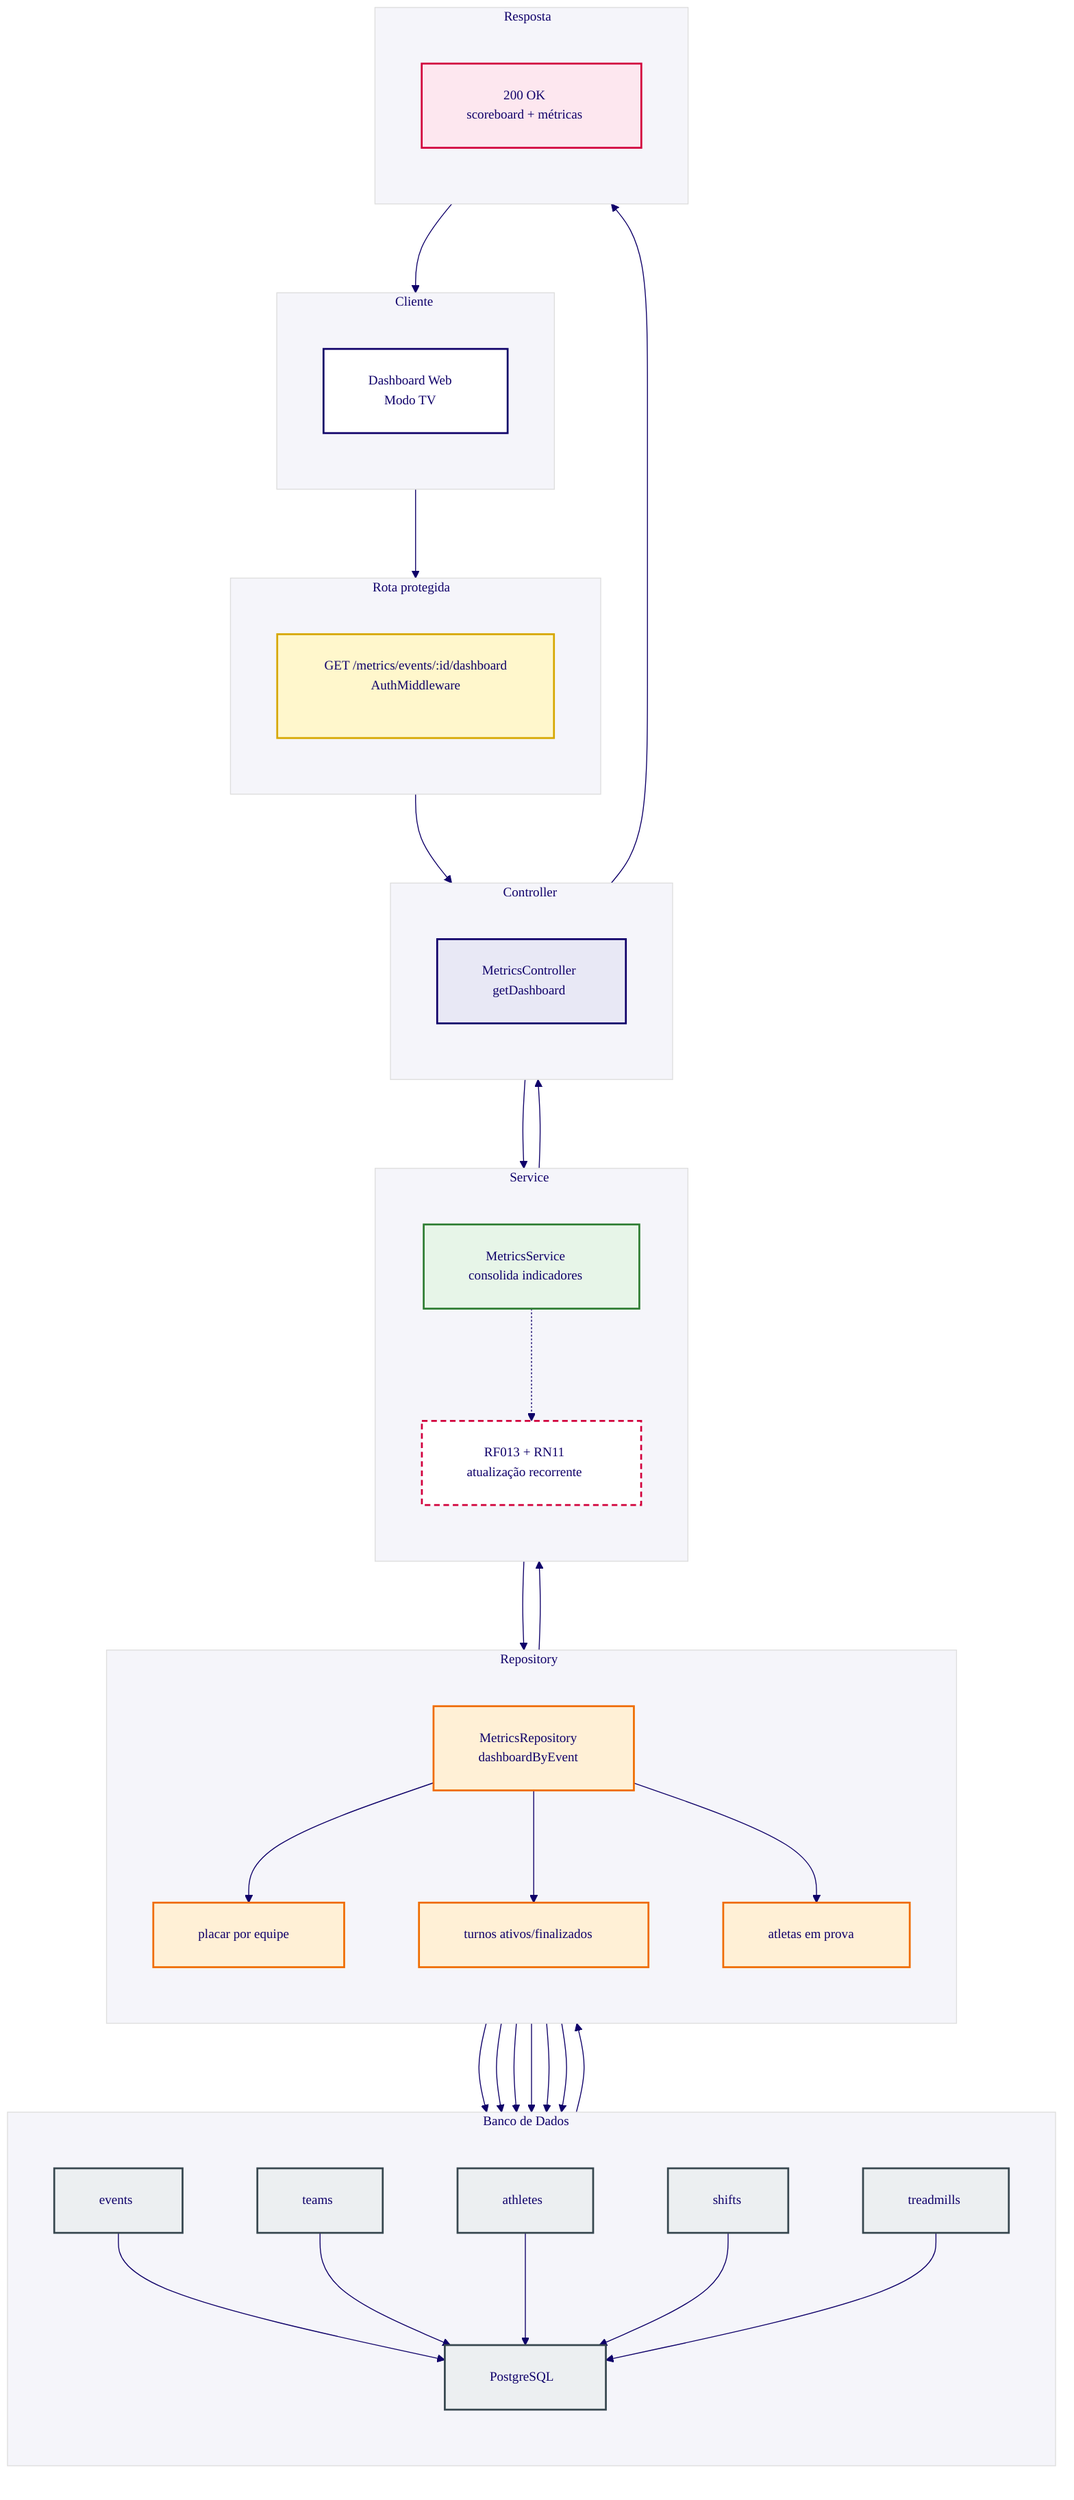
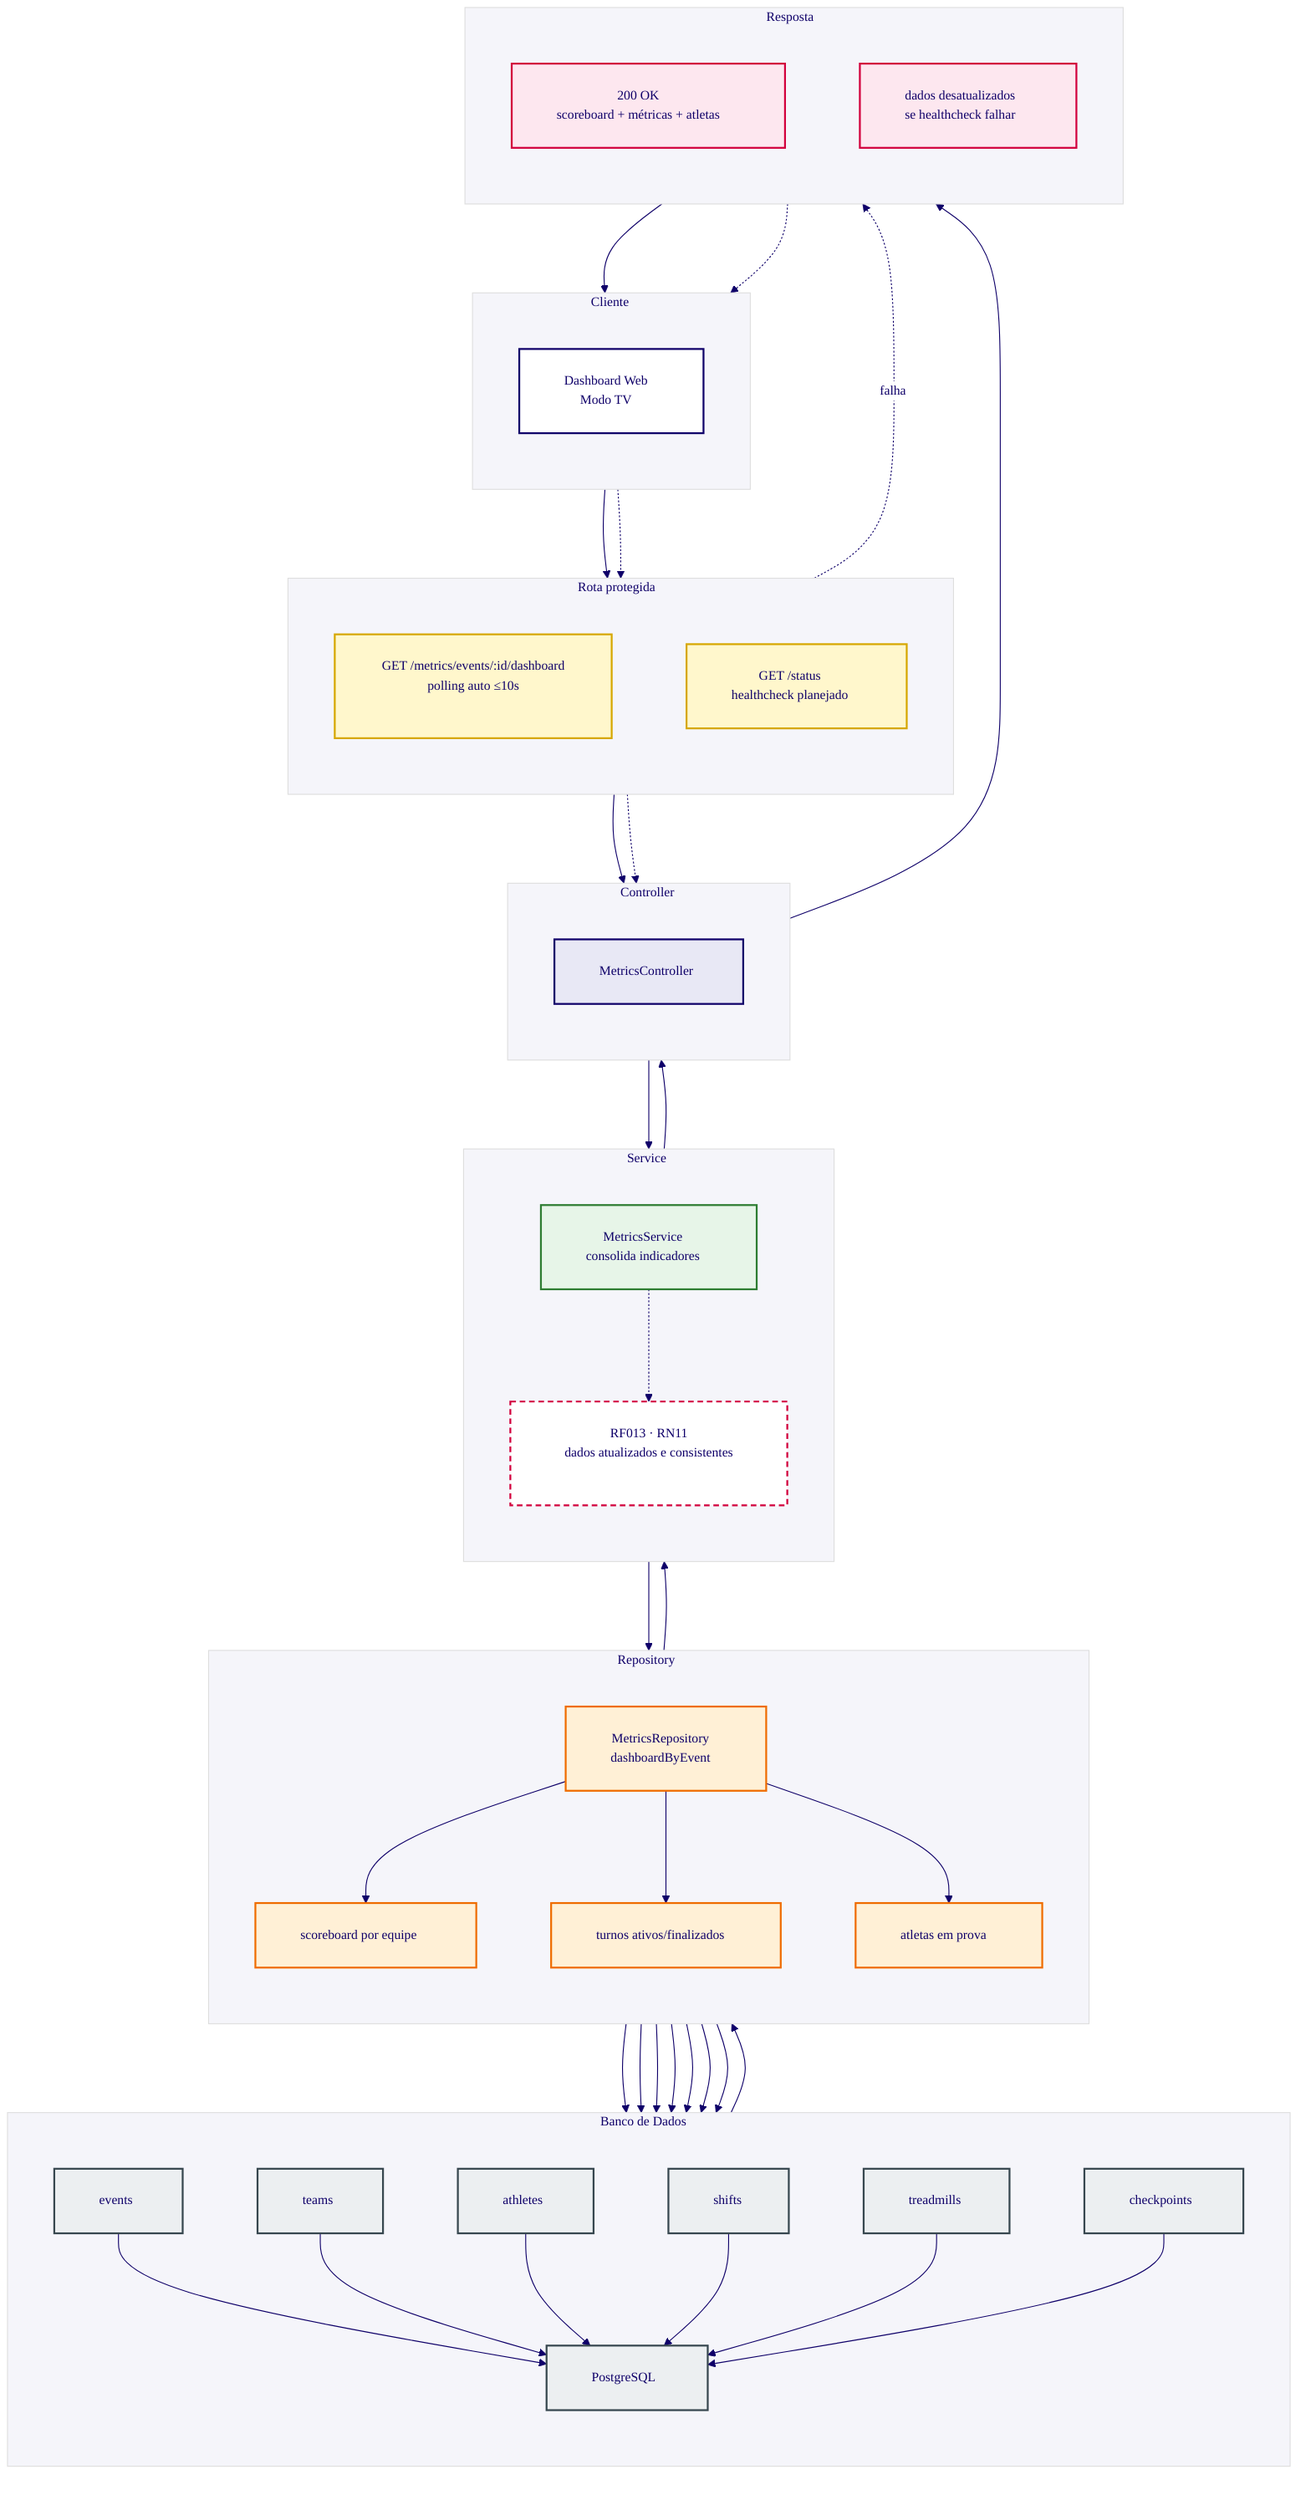
%%{init: {"theme":"base","flowchart":{"htmlLabels":true,"curve":"basis","nodeSpacing":80,"rankSpacing":95,"padding":24},"themeVariables":{"fontFamily":"Arial, sans-serif","fontSize":"14px","primaryColor":"#FFFFFF","primaryTextColor":"#0F0069","primaryBorderColor":"#0F0069","lineColor":"#0F0069","tertiaryColor":"#F5F5FA","tertiaryTextColor":"#0F0069"}}}%%
flowchart TB

    classDef client fill:#FFFFFF,stroke:#0F0069,stroke-width:2px,color:#0F0069;
    classDef route fill:#FFF7CC,stroke:#D6A700,stroke-width:2px,color:#0F0069;
    classDef controller fill:#E8E8F5,stroke:#0F0069,stroke-width:2px,color:#0F0069;
    classDef service fill:#E7F5E8,stroke:#2E7D32,stroke-width:2px,color:#0F0069;
    classDef repository fill:#FFF0D6,stroke:#EF6C00,stroke-width:2px,color:#0F0069;
    classDef db fill:#ECEFF1,stroke:#37474F,stroke-width:2px,color:#0F0069;
    classDef output fill:#FDE7EF,stroke:#D2003C,stroke-width:2px,color:#0F0069;
    classDef note fill:#FFFFFF,stroke:#D2003C,stroke-width:2px,stroke-dasharray: 6 4,color:#0F0069;

    subgraph L1["Cliente"]
        direction TB
        C["Dashboard Web<br/>Modo TV"]:::client
    end

    subgraph L2["Rota protegida"]
        direction TB
-         R["GET /metrics/events/:id/dashboard<br/>AuthMiddleware"]:::route
+         R["GET /metrics/events/:id/dashboard<br/>polling auto ≤10s"]:::route
+         H["GET /status<br/>healthcheck planejado"]:::route
    end

    subgraph L3["Controller"]
        direction TB
-         MC["MetricsController<br/>getDashboard"]:::controller
+         MC["MetricsController"]:::controller
    end

    subgraph L4["Service"]
        direction TB
        MS["MetricsService<br/>consolida indicadores"]:::service
-         RN["RF013 + RN11<br/>atualização recorrente"]:::note
+         RN["RF013 · RN11<br/>dados atualizados e consistentes"]:::note
    end

    subgraph L5["Repository"]
        direction TB
        MR["MetricsRepository<br/>dashboardByEvent"]:::repository
-         Q1["placar por equipe"]:::repository
+         Q1["scoreboard por equipe"]:::repository
        Q2["turnos ativos/finalizados"]:::repository
        Q3["atletas em prova"]:::repository
    end

    subgraph L6["Banco de Dados"]
        direction TB
        DB["PostgreSQL"]:::db
        T1["events"]:::db
        T2["teams"]:::db
        T3["athletes"]:::db
        T4["shifts"]:::db
        T5["treadmills"]:::db
+         CP["checkpoints"]:::db
    end

    subgraph L7["Resposta"]
        direction TB
-         OUT["200 OK<br/>scoreboard + métricas"]:::output
+         OUT["200 OK<br/>scoreboard + métricas + atletas"]:::output
+         ERR["dados desatualizados<br/>se healthcheck falhar"]:::output
    end

    C --> R --> MC --> MS --> MR
+     C -.-> H -.-> MC
    MS -.-> RN
    MR --> Q1 --> T2
    Q1 --> T4
    MR --> Q2 --> T4
    Q2 --> T5
    MR --> Q3 --> T3
    Q3 --> T4
+     Q3 --> CP
    T1 --> DB
    T2 --> DB
    T3 --> DB
    T4 --> DB
    T5 --> DB
-     DB --> MR
-     MR --> MS --> MC --> OUT --> C
+     CP --> DB
+     DB --> MR --> MS --> MC --> OUT --> C
+     H -. falha .-> ERR -.-> C
